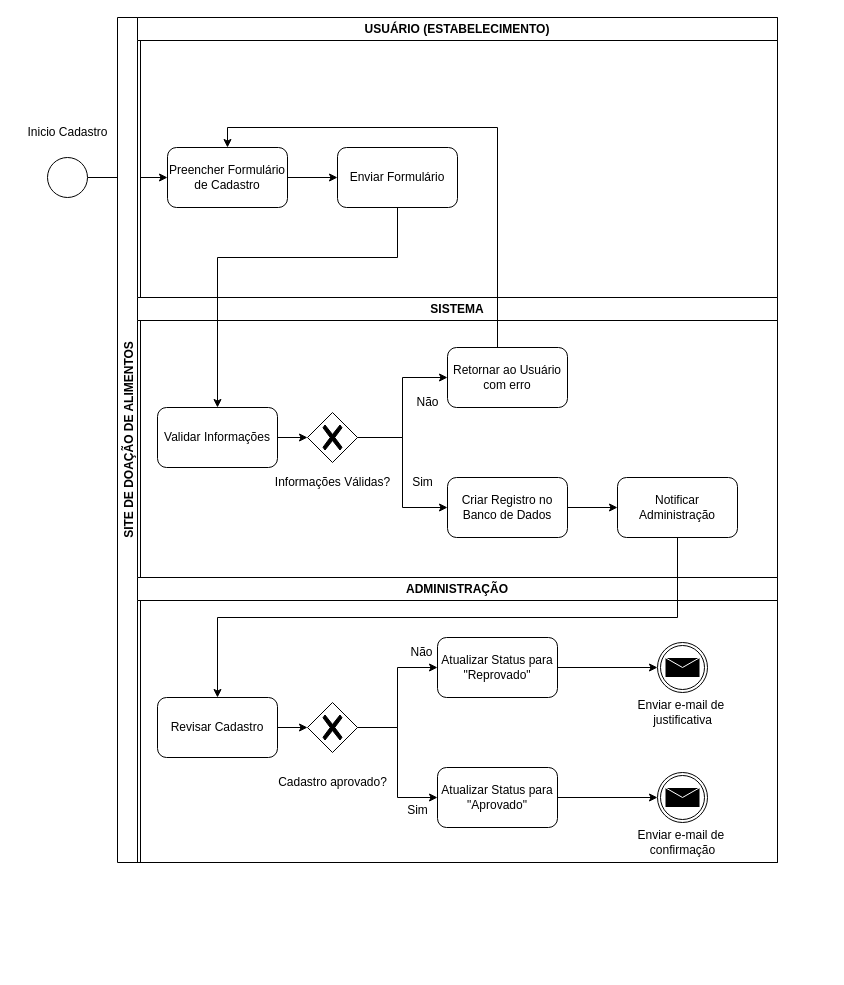
Before: Diagrama sem nome.drawio in mtbolina/BMPN, a draw.io diagram. Source tidied: cells renumbered, new cells numbered last; positions are measured from the earlier drawing's top-left corner, leaving out a move shared by most shapes. Both pictures are drawn from the tidied source at 100%, with x=0, y=0 at pixel (17, 17).
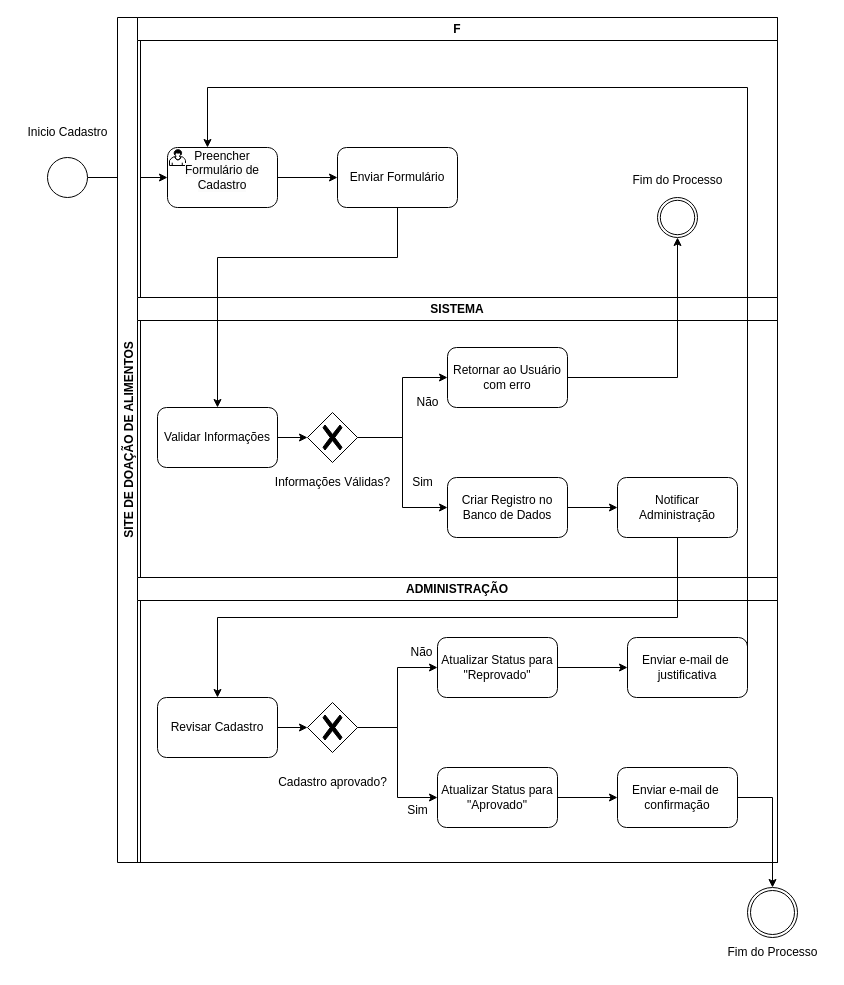
The same page after the edit.

The change refers to these unchanged cells:
```xml
<mxCell id="3" style="ellipse;whiteSpace=wrap;html=1;" parent="1" vertex="1">
  <mxGeometry x="30" y="140" width="40" height="40" as="geometry" />
</mxCell>
<mxCell id="5" value="SITE DE DOAÇÃO DE ALIMENTOS" style="swimlane;horizontal=0;whiteSpace=wrap;html=1;" parent="1" vertex="1">
  <mxGeometry x="100" width="660" height="845" as="geometry" />
</mxCell>
<mxCell id="17" value="Retornar ao Usuário com erro" style="rounded=1;whiteSpace=wrap;html=1;" parent="10" vertex="1">
  <mxGeometry x="310" y="50" width="120" height="60" as="geometry" />
</mxCell>
<mxCell id="23" value="ADMINISTRAÇÃO" style="swimlane;whiteSpace=wrap;html=1;" parent="5" vertex="1">
  <mxGeometry x="20" y="560" width="640" height="285" as="geometry" />
</mxCell>
<mxCell id="31" value="Atualizar Status para &quot;Aprovado&quot;" style="rounded=1;whiteSpace=wrap;html=1;" parent="23" vertex="1">
  <mxGeometry x="300" y="190" width="120" height="60" as="geometry" />
</mxCell>
<mxCell id="33" value="Atualizar Status para &quot;Reprovado&quot;" style="rounded=1;whiteSpace=wrap;html=1;" parent="23" vertex="1">
  <mxGeometry x="300" y="60" width="120" height="60" as="geometry" />
</mxCell>
```

Diff of the diagram source:
```diff
@@
-    <mxCell id="2" style="edgeStyle=orthogonalEdgeStyle;rounded=0;jettySize=auto;html=1;entryX=0;entryY=0.5;entryDx=0;entryDy=0;" parent="1" edge="1" source="3" target="7">
-      <mxGeometry relative="1" as="geometry" />
+    <mxCell id="2" style="edgeStyle=orthogonalEdgeStyle;rounded=0;jettySize=auto;html=1;entryX=0;entryY=0.5;entryDx=0;entryDy=0;" parent="1" edge="1" source="3">
+      <mxGeometry relative="1" as="geometry">
+        <mxPoint x="150" y="160" as="targetPoint" />
+      </mxGeometry>
     </mxCell>
@@
-    <mxCell id="6" value="USUÁRIO (ESTABELECIMENTO)" style="swimlane;whiteSpace=wrap;html=1;startSize=23;" parent="5" vertex="1">
+    <mxCell id="6" value="F" style="swimlane;whiteSpace=wrap;html=1;startSize=23;" parent="5" vertex="1">
       <mxGeometry x="20" width="640" height="280" as="geometry" />
     </mxCell>
+    <mxCell id="8" value="Enviar Formulário" style="rounded=1;whiteSpace=wrap;html=1;" parent="6" vertex="1">
+      <mxGeometry x="200" y="130" width="120" height="60" as="geometry" />
+    </mxCell>
+    <mxCell id="43" style="points=[[0.145,0.145,0],[0.5,0,0],[0.855,0.145,0],[1,0.5,0],[0.855,0.855,0],[0.5,1,0],[0.145,0.855,0],[0,0.5,0]];shape=mxgraph.bpmn.event;html=1;verticalLabelPosition=bottom;labelBackgroundColor=#ffffff;verticalAlign=top;align=center;perimeter=ellipsePerimeter;outlineConnect=0;outline=throwing;symbol=general;" parent="6" vertex="1">
+      <mxGeometry x="520" y="180" width="40" height="40" as="geometry" />
+    </mxCell>
+    <mxCell id="9" style="edgeStyle=orthogonalEdgeStyle;rounded=0;jettySize=auto;html=1;entryX=0;entryY=0.5;entryDx=0;entryDy=0;" parent="6" edge="1" source="7" target="8">
+      <mxGeometry relative="1" as="geometry" />
+    </mxCell>
-    <mxCell id="7" value="Preencher Formulário de Cadastro" style="rounded=1;whiteSpace=wrap;html=1;" parent="6" vertex="1">
-      <mxGeometry x="30" y="130" width="120" height="60" as="geometry" />
+    <mxCell id="7" value="&#10;&lt;span style=&quot;color: rgb(0, 0, 0); font-family: Helvetica; font-size: 12px; font-style: normal; font-variant-ligatures: normal; font-variant-caps: normal; font-weight: 400; letter-spacing: normal; orphans: 2; text-align: center; text-indent: 0px; text-transform: none; widows: 2; word-spacing: 0px; -webkit-text-stroke-width: 0px; white-space: normal; background-color: rgb(251, 251, 251); text-decoration-thickness: initial; text-decoration-style: initial; text-decoration-color: initial; display: inline !important; float: none;&quot;&gt;Preencher Formulário de Cadastro&lt;/span&gt;&#10;&#10;" style="points=[[0.25,0,0],[0.5,0,0],[0.75,0,0],[1,0.25,0],[1,0.5,0],[1,0.75,0],[0.75,1,0],[0.5,1,0],[0.25,1,0],[0,0.75,0],[0,0.5,0],[0,0.25,0]];shape=mxgraph.bpmn.task;whiteSpace=wrap;rectStyle=rounded;size=10;html=1;taskMarker=user;" parent="6" vertex="1">
+      <mxGeometry x="30" y="130" width="110" height="60" as="geometry" />
     </mxCell>
-    <mxCell id="8" value="Enviar Formulário" style="rounded=1;whiteSpace=wrap;html=1;" parent="6" vertex="1">
-      <mxGeometry x="200" y="130" width="120" height="60" as="geometry" />
-    </mxCell>
-    <mxCell id="9" style="edgeStyle=orthogonalEdgeStyle;rounded=0;jettySize=auto;html=1;" parent="6" edge="1" source="7" target="8">
-      <mxGeometry relative="1" as="geometry" />
-    </mxCell>
@@
-    <mxCell id="30" style="edgeStyle=orthogonalEdgeStyle;rounded=0;jettySize=auto;html=1;entryX=0;entryY=0.5;entryDx=0;entryDy=0;entryPerimeter=0;" parent="23" edge="1" source="31" target="37">
-      <mxGeometry relative="1" as="geometry" />
-    </mxCell>
+    <mxCell id="44" style="edgeStyle=orthogonalEdgeStyle;rounded=0;jettySize=auto;html=1;entryX=0;entryY=0.5;entryDx=0;entryDy=0;" parent="23" edge="1" source="31" target="38">
+      <mxGeometry relative="1" as="geometry" />
+    </mxCell>
@@
-    <mxCell id="32" style="edgeStyle=orthogonalEdgeStyle;rounded=0;jettySize=auto;html=1;entryX=0;entryY=0.5;entryDx=0;entryDy=0;entryPerimeter=0;" parent="23" edge="1" source="33" target="35">
-      <mxGeometry relative="1" as="geometry" />
-    </mxCell>
+    <mxCell id="45" style="edgeStyle=orthogonalEdgeStyle;rounded=0;jettySize=auto;html=1;entryX=0;entryY=0.5;entryDx=0;entryDy=0;" parent="23" edge="1" source="33" target="36">
+      <mxGeometry relative="1" as="geometry" />
+    </mxCell>
@@
-    <mxCell id="35" style="points=[[0.145,0.145,0],[0.5,0,0],[0.855,0.145,0],[1,0.5,0],[0.855,0.855,0],[0.5,1,0],[0.145,0.855,0],[0,0.5,0]];shape=mxgraph.bpmn.event;html=1;verticalLabelPosition=bottom;labelBackgroundColor=#ffffff;verticalAlign=top;align=center;perimeter=ellipsePerimeter;outlineConnect=0;outline=throwing;symbol=message;" parent="23" vertex="1">
-      <mxGeometry x="520" y="65" width="50" height="50" as="geometry" />
-    </mxCell>
-    <mxCell id="36" value="Enviar e-mail de&amp;nbsp;&lt;div&gt;justificativa&lt;/div&gt;" style="text;html=1;align=center;verticalAlign=middle;points=[];strokeColor=none;fillColor=none;" parent="23" vertex="1">
-      <mxGeometry x="490" y="115" width="110" height="40" as="geometry" />
+    <mxCell id="36" value="&lt;span style=&quot;text-wrap: nowrap;&quot;&gt;Enviar e-mail de&amp;nbsp;&lt;/span&gt;&lt;div style=&quot;text-wrap: nowrap;&quot;&gt;justificativa&lt;/div&gt;" style="rounded=1;whiteSpace=wrap;html=1;" parent="23" vertex="1">
+      <mxGeometry x="490" y="60" width="120" height="60" as="geometry" />
     </mxCell>
-    <mxCell id="37" style="points=[[0.145,0.145,0],[0.5,0,0],[0.855,0.145,0],[1,0.5,0],[0.855,0.855,0],[0.5,1,0],[0.145,0.855,0],[0,0.5,0]];shape=mxgraph.bpmn.event;html=1;verticalLabelPosition=bottom;labelBackgroundColor=#ffffff;verticalAlign=top;align=center;perimeter=ellipsePerimeter;outlineConnect=0;outline=throwing;symbol=message;" parent="23" vertex="1">
-      <mxGeometry x="520" y="195" width="50" height="50" as="geometry" />
-    </mxCell>
-    <mxCell id="38" value="Enviar e-mail de&amp;nbsp;&lt;div&gt;confirmação&lt;/div&gt;" style="text;html=1;align=center;verticalAlign=middle;points=[];strokeColor=none;fillColor=none;" parent="23" vertex="1">
-      <mxGeometry x="490" y="245" width="110" height="40" as="geometry" />
+    <mxCell id="38" value="&lt;span style=&quot;text-wrap: nowrap;&quot;&gt;Enviar e-mail de&amp;nbsp;&lt;/span&gt;&lt;div style=&quot;text-wrap: nowrap;&quot;&gt;confirmação&lt;/div&gt;" style="rounded=1;whiteSpace=wrap;html=1;" parent="23" vertex="1">
+      <mxGeometry x="480" y="190" width="120" height="60" as="geometry" />
     </mxCell>
@@
-    <mxCell id="40" style="edgeStyle=orthogonalEdgeStyle;rounded=0;jettySize=auto;html=1;entryX=0.5;entryY=0;entryDx=0;entryDy=0;" parent="5" edge="1" source="17" target="7">
-      <mxGeometry relative="1" as="geometry">
-        <Array as="points">
-          <mxPoint x="380" y="110" />
-          <mxPoint x="110" y="110" />
-        </Array>
-      </mxGeometry>
-    </mxCell>
@@
+    <mxCell id="46" style="edgeStyle=orthogonalEdgeStyle;rounded=0;jettySize=auto;html=1;exitX=1;exitY=0.5;exitDx=0;exitDy=0;" parent="5" edge="1" source="36">
+      <mxGeometry relative="1" as="geometry">
+        <mxPoint x="90" y="130" as="targetPoint" />
+        <Array as="points">
+          <mxPoint x="630" y="70" />
+          <mxPoint x="90" y="70" />
+        </Array>
+      </mxGeometry>
+    </mxCell>
+    <mxCell id="47" style="edgeStyle=orthogonalEdgeStyle;rounded=0;jettySize=auto;html=1;entryX=0.5;entryY=1;entryDx=0;entryDy=0;entryPerimeter=0;" parent="5" edge="1" source="17" target="43">
+      <mxGeometry relative="1" as="geometry" />
+    </mxCell>
@@
+    <mxCell id="48" style="points=[[0.145,0.145,0],[0.5,0,0],[0.855,0.145,0],[1,0.5,0],[0.855,0.855,0],[0.5,1,0],[0.145,0.855,0],[0,0.5,0]];shape=mxgraph.bpmn.event;html=1;verticalLabelPosition=bottom;labelBackgroundColor=#ffffff;verticalAlign=top;align=center;perimeter=ellipsePerimeter;outlineConnect=0;outline=throwing;symbol=general;" parent="1" vertex="1">
+      <mxGeometry x="730" y="870" width="50" height="50" as="geometry" />
+    </mxCell>
+    <mxCell id="49" style="edgeStyle=orthogonalEdgeStyle;rounded=0;jettySize=auto;html=1;entryX=0.5;entryY=0;entryDx=0;entryDy=0;entryPerimeter=0;" parent="1" edge="1" source="38" target="48">
+      <mxGeometry relative="1" as="geometry" />
+    </mxCell>
+    <mxCell id="50" value="Fim do Processo" style="text;html=1;align=center;verticalAlign=middle;strokeColor=none;fillColor=none;" parent="1" vertex="1">
+      <mxGeometry x="700" y="920" width="110" height="30" as="geometry" />
+    </mxCell>
+    <mxCell id="51" value="Fim do Processo" style="text;html=1;align=center;verticalAlign=middle;strokeColor=none;fillColor=none;" parent="1" vertex="1">
+      <mxGeometry x="605" y="148" width="110" height="30" as="geometry" />
+    </mxCell>
```
